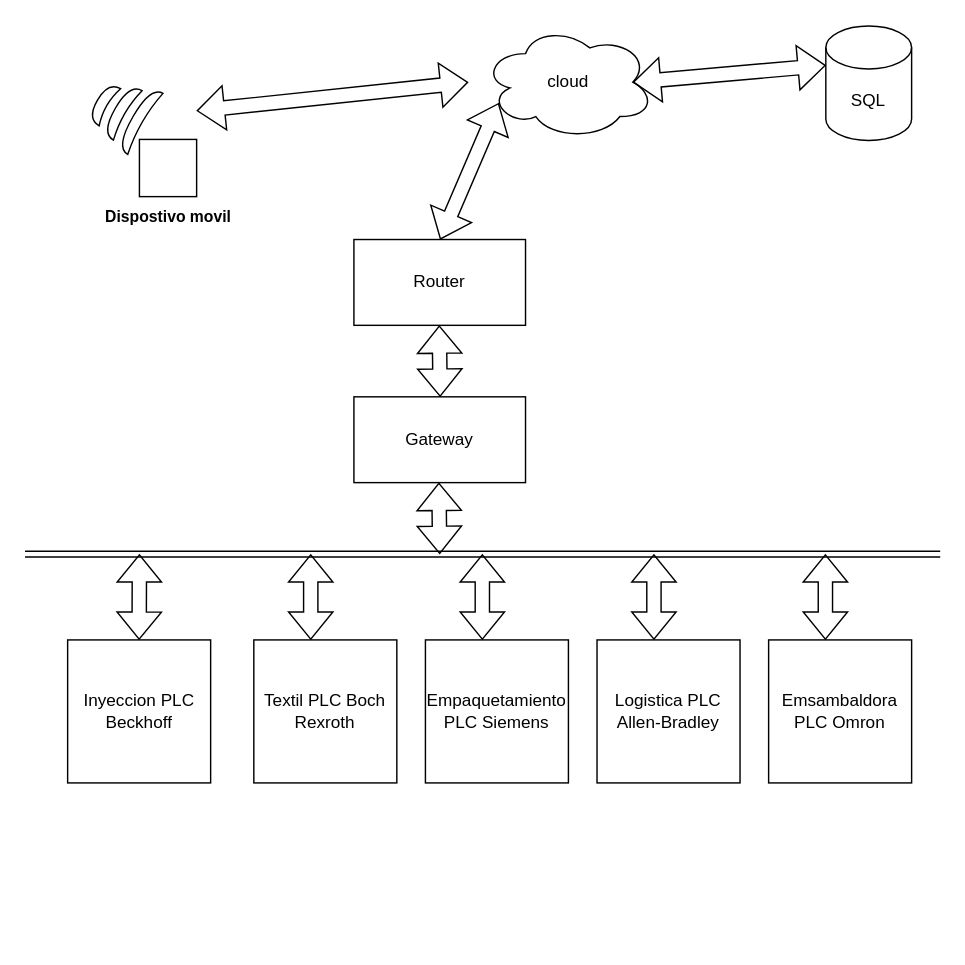
The draw.io diagram Diagramas/EstructuradRed.drawio in dadd86/IoTWizards, before the edit. Source tidied: cells renumbered, new cells numbered last; positions are measured from the earlier drawing's top-left corner, leaving out a move shared by most shapes. Both pictures are drawn from the tidied source at 143%, with x=0, y=0 at pixel (24, 24).
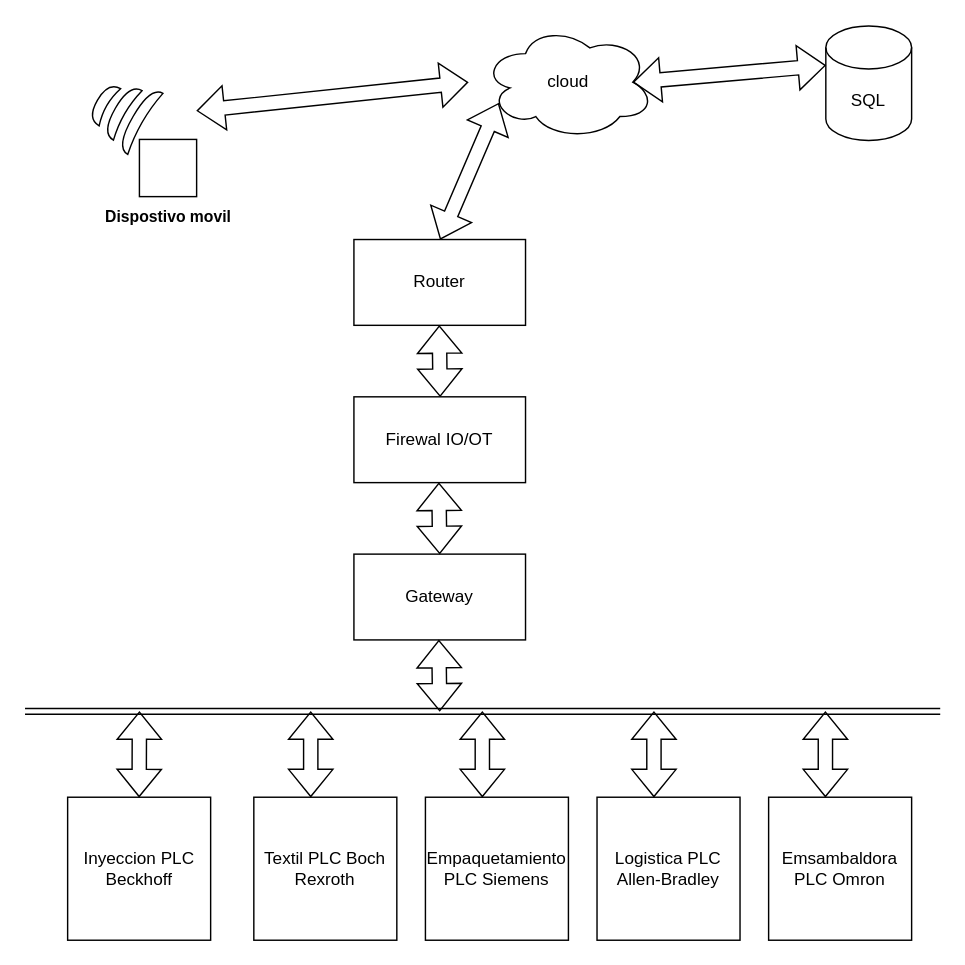
After the change.

The edit, as a diff of the source:
```diff
@@
     <mxCell id="3" style="shape=link;html=1;rounded=0;" parent="1" edge="1">
       <mxGeometry relative="1" as="geometry">
-        <mxPoint y="370" as="sourcePoint" />
-        <mxPoint x="640" y="370" as="targetPoint" />
+        <mxPoint y="480" as="sourcePoint" />
+        <mxPoint x="640" y="480" as="targetPoint" />
       </mxGeometry>
     </mxCell>
     <mxCell id="4" value="Inyeccion PLC Beckhoff" style="whiteSpace=wrap;html=1;" parent="1" vertex="1">
-      <mxGeometry x="29.8" y="430" width="100" height="100" as="geometry" />
+      <mxGeometry x="29.8" y="540" width="100" height="100" as="geometry" />
     </mxCell>
     <mxCell id="5" value="Textil PLC Boch Rexroth" style="whiteSpace=wrap;html=1;" parent="1" vertex="1">
-      <mxGeometry x="160" y="430" width="100" height="100" as="geometry" />
+      <mxGeometry x="160" y="540" width="100" height="100" as="geometry" />
     </mxCell>
     <mxCell id="6" value="Empaquetamiento PLC Siemens" style="whiteSpace=wrap;html=1;" parent="1" vertex="1">
-      <mxGeometry x="280" y="430" width="100" height="100" as="geometry" />
+      <mxGeometry x="280" y="540" width="100" height="100" as="geometry" />
     </mxCell>
     <mxCell id="7" value="Logistica PLC Allen-Bradley" style="whiteSpace=wrap;html=1;" parent="1" vertex="1">
-      <mxGeometry x="400" y="430" width="100" height="100" as="geometry" />
+      <mxGeometry x="400" y="540" width="100" height="100" as="geometry" />
     </mxCell>
     <mxCell id="8" value="Emsambaldora PLC Omron" style="whiteSpace=wrap;html=1;" parent="1" vertex="1">
-      <mxGeometry x="520" y="430" width="100" height="100" as="geometry" />
+      <mxGeometry x="520" y="540" width="100" height="100" as="geometry" />
     </mxCell>
     <mxCell id="9" value="Gateway" style="rounded=0;whiteSpace=wrap;html=1;" parent="1" vertex="1">
-      <mxGeometry x="230" y="260" width="120" height="60" as="geometry" />
+      <mxGeometry x="230" y="370" width="120" height="60" as="geometry" />
     </mxCell>
@@
     <mxCell id="11" style="shape=flexArrow;endArrow=classic;startArrow=classic;html=1;rounded=0;exitX=0.5;exitY=0;exitDx=0;exitDy=0;" parent="1" edge="1" source="4">
       <mxGeometry relative="1" as="geometry">
-        <mxPoint x="80" y="370" as="targetPoint" />
+        <mxPoint x="80" y="480" as="targetPoint" />
       </mxGeometry>
     </mxCell>
     <mxCell id="12" style="shape=flexArrow;endArrow=classic;startArrow=classic;html=1;rounded=0;exitX=0.5;exitY=0;exitDx=0;exitDy=0;" parent="1" edge="1">
       <mxGeometry relative="1" as="geometry">
-        <mxPoint x="559.7" y="430" as="sourcePoint" />
-        <mxPoint x="559.7" y="370" as="targetPoint" />
+        <mxPoint x="559.7" y="540" as="sourcePoint" />
+        <mxPoint x="559.7" y="480" as="targetPoint" />
       </mxGeometry>
     </mxCell>
     <mxCell id="13" style="shape=flexArrow;endArrow=classic;startArrow=classic;html=1;rounded=0;exitX=0.5;exitY=0;exitDx=0;exitDy=0;" parent="1" edge="1">
       <mxGeometry relative="1" as="geometry">
-        <mxPoint x="439.8" y="430" as="sourcePoint" />
-        <mxPoint x="439.8" y="370" as="targetPoint" />
+        <mxPoint x="439.8" y="540" as="sourcePoint" />
+        <mxPoint x="439.8" y="480" as="targetPoint" />
       </mxGeometry>
     </mxCell>
     <mxCell id="14" style="shape=flexArrow;endArrow=classic;startArrow=classic;html=1;rounded=0;exitX=0.5;exitY=0;exitDx=0;exitDy=0;" parent="1" edge="1">
       <mxGeometry relative="1" as="geometry">
-        <mxPoint x="319.8" y="430" as="sourcePoint" />
-        <mxPoint x="319.8" y="370" as="targetPoint" />
+        <mxPoint x="319.8" y="540" as="sourcePoint" />
+        <mxPoint x="319.8" y="480" as="targetPoint" />
       </mxGeometry>
     </mxCell>
     <mxCell id="15" style="shape=flexArrow;endArrow=classic;startArrow=classic;html=1;rounded=0;exitX=0.5;exitY=0;exitDx=0;exitDy=0;" parent="1" edge="1">
       <mxGeometry relative="1" as="geometry">
-        <mxPoint x="199.8" y="430" as="sourcePoint" />
-        <mxPoint x="199.8" y="370" as="targetPoint" />
+        <mxPoint x="199.8" y="540" as="sourcePoint" />
+        <mxPoint x="199.8" y="480" as="targetPoint" />
       </mxGeometry>
     </mxCell>
     <mxCell id="16" style="shape=flexArrow;endArrow=classic;startArrow=classic;html=1;rounded=0;" parent="1" edge="1">
       <mxGeometry relative="1" as="geometry">
-        <mxPoint x="290" y="370" as="sourcePoint" />
-        <mxPoint x="289.4" y="320" as="targetPoint" />
+        <mxPoint x="290" y="480" as="sourcePoint" />
+        <mxPoint x="289.4" y="430" as="targetPoint" />
       </mxGeometry>
     </mxCell>
@@
+    <mxCell id="27" value="Firewal IO/OT" style="rounded=0;whiteSpace=wrap;html=1;" parent="1" vertex="1">
+      <mxGeometry x="230" y="260" width="120" height="60" as="geometry" />
+    </mxCell>
+    <mxCell id="28" style="shape=flexArrow;endArrow=classic;startArrow=classic;html=1;rounded=0;" parent="1" edge="1">
+      <mxGeometry relative="1" as="geometry">
+        <mxPoint x="290" y="370" as="sourcePoint" />
+        <mxPoint x="289.4" y="320" as="targetPoint" />
+      </mxGeometry>
+    </mxCell>
```
